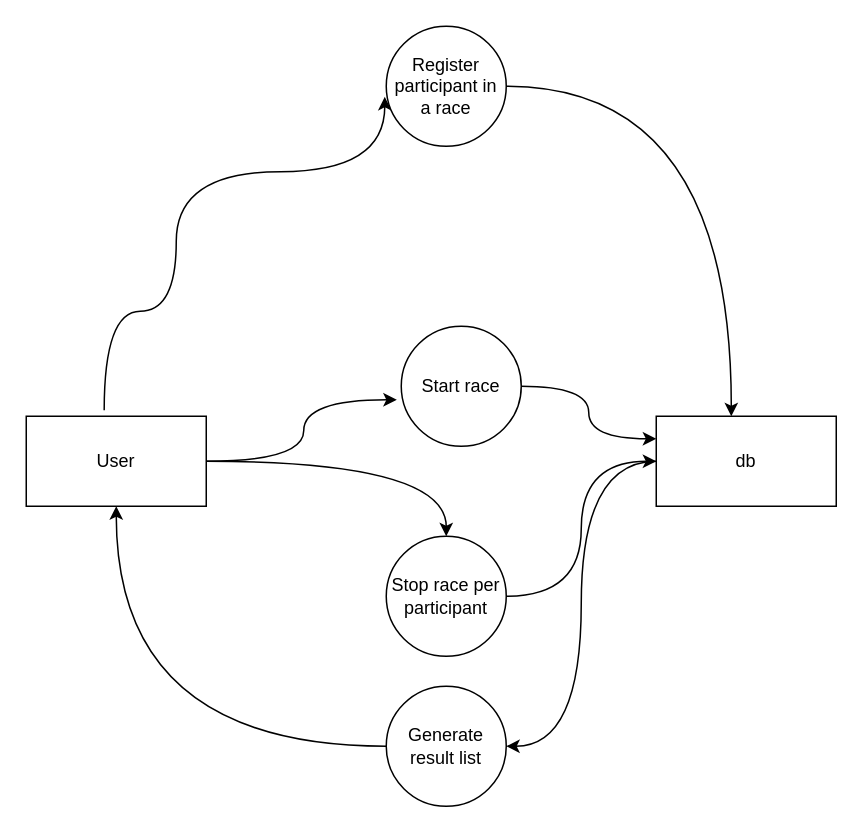
Before: page "Basic flow" (1 of 2) of ProcessFlowDiagr.drawio in terjetopland/Merke, a draw.io diagram. Source tidied: cells renumbered, new cells numbered last; positions are measured from the earlier drawing's top-left corner, leaving out a move shared by most shapes. Both pictures are drawn from the tidied source at 150%, with x=0, y=0 at pixel (26, 26).
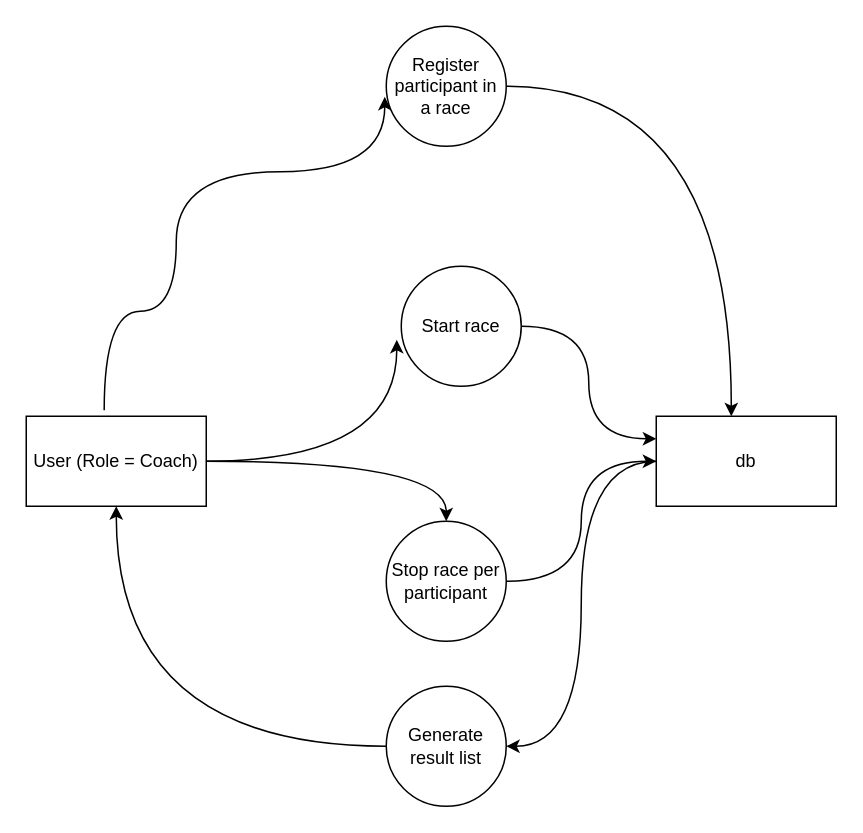
The same diagram, later.

The edit, as a diff of the source:
```diff
@@
 <mxGraphModel>
   <root>
     <mxCell id="0" />
     <mxCell id="1" parent="0" />
     <mxCell id="2" style="edgeStyle=orthogonalEdgeStyle;rounded=0;jettySize=auto;html=1;exitX=0.433;exitY=-0.067;exitDx=0;exitDy=0;exitPerimeter=0;elbow=vertical;curved=1;entryX=-0.012;entryY=0.588;entryDx=0;entryDy=0;entryPerimeter=0;" parent="1" edge="1" source="5" target="9">
       <mxGeometry relative="1" as="geometry">
         <Array as="points">
           <mxPoint x="52" y="190" />
           <mxPoint x="100" y="190" />
           <mxPoint x="100" y="97" />
         </Array>
       </mxGeometry>
     </mxCell>
     <mxCell id="3" style="edgeStyle=orthogonalEdgeStyle;curved=1;rounded=0;jettySize=auto;html=1;entryX=-0.037;entryY=0.613;entryDx=0;entryDy=0;entryPerimeter=0;elbow=vertical;" parent="1" edge="1" source="5" target="11">
       <mxGeometry relative="1" as="geometry" />
     </mxCell>
     <mxCell id="4" style="edgeStyle=orthogonalEdgeStyle;curved=1;rounded=0;jettySize=auto;html=1;elbow=vertical;" parent="1" edge="1" source="5" target="13">
       <mxGeometry relative="1" as="geometry" />
     </mxCell>
-    <mxCell id="5" value="User" style="rounded=0;whiteSpace=wrap;html=1;" parent="1" vertex="1">
+    <mxCell id="5" value="User (Role = Coach)" style="rounded=0;whiteSpace=wrap;html=1;" parent="1" vertex="1">
       <mxGeometry y="260" width="120" height="60" as="geometry" />
     </mxCell>
     <mxCell id="6" style="edgeStyle=orthogonalEdgeStyle;curved=1;rounded=0;jettySize=auto;html=1;entryX=1;entryY=0.5;entryDx=0;entryDy=0;elbow=vertical;" parent="1" edge="1" source="7" target="15">
       <mxGeometry relative="1" as="geometry" />
     </mxCell>
     <mxCell id="7" value="db" style="rounded=0;whiteSpace=wrap;html=1;" parent="1" vertex="1">
       <mxGeometry x="420" y="260" width="120" height="60" as="geometry" />
     </mxCell>
     <mxCell id="8" style="edgeStyle=orthogonalEdgeStyle;curved=1;rounded=0;jettySize=auto;html=1;entryX=0.417;entryY=0;entryDx=0;entryDy=0;entryPerimeter=0;elbow=vertical;" parent="1" edge="1" source="9" target="7">
       <mxGeometry relative="1" as="geometry" />
     </mxCell>
     <mxCell id="9" value="Register participant in a race" style="ellipse;whiteSpace=wrap;html=1;" parent="1" vertex="1">
       <mxGeometry x="240" width="80" height="80" as="geometry" />
     </mxCell>
     <mxCell id="10" style="edgeStyle=orthogonalEdgeStyle;curved=1;rounded=0;jettySize=auto;html=1;entryX=0;entryY=0.25;entryDx=0;entryDy=0;elbow=vertical;" parent="1" edge="1" source="11" target="7">
       <mxGeometry relative="1" as="geometry" />
     </mxCell>
     <mxCell id="11" value="Start race" style="ellipse;whiteSpace=wrap;html=1;" parent="1" vertex="1">
-      <mxGeometry x="250" y="200" width="80" height="80" as="geometry" />
+      <mxGeometry x="250" y="160" width="80" height="80" as="geometry" />
     </mxCell>
     <mxCell id="12" style="edgeStyle=orthogonalEdgeStyle;curved=1;rounded=0;jettySize=auto;html=1;entryX=0;entryY=0.5;entryDx=0;entryDy=0;elbow=vertical;" parent="1" edge="1" source="13" target="7">
       <mxGeometry relative="1" as="geometry" />
     </mxCell>
     <mxCell id="13" value="Stop race per participant" style="ellipse;whiteSpace=wrap;html=1;" parent="1" vertex="1">
-      <mxGeometry x="240" y="340" width="80" height="80" as="geometry" />
+      <mxGeometry x="240" y="330" width="80" height="80" as="geometry" />
     </mxCell>
     <mxCell id="14" style="edgeStyle=orthogonalEdgeStyle;curved=1;rounded=0;jettySize=auto;html=1;entryX=0.5;entryY=1;entryDx=0;entryDy=0;elbow=vertical;" parent="1" edge="1" source="15" target="5">
       <mxGeometry relative="1" as="geometry" />
     </mxCell>
     <mxCell id="15" value="Generate result list" style="ellipse;whiteSpace=wrap;html=1;" parent="1" vertex="1">
       <mxGeometry x="240" y="440" width="80" height="80" as="geometry" />
     </mxCell>
   </root>
 </mxGraphModel>
```
